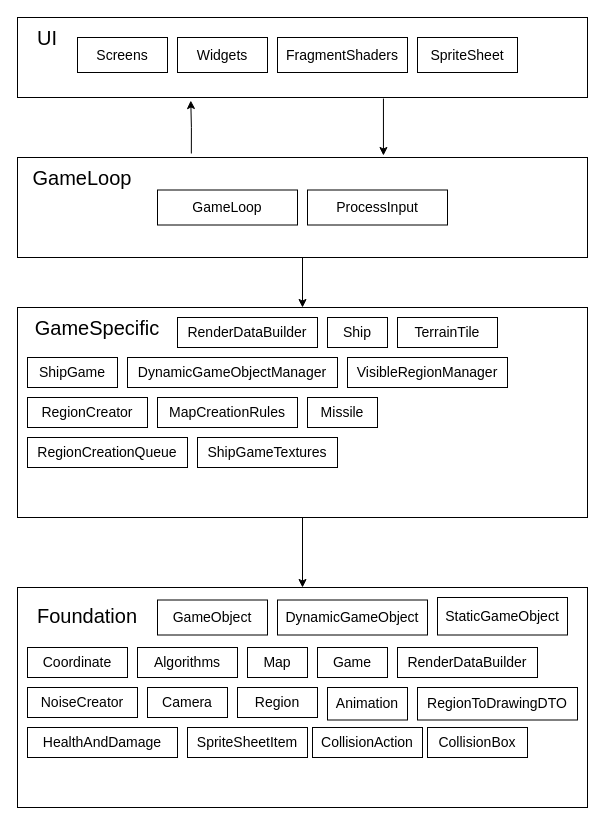
Earlier version of the draw.io diagram readme_images/architecture.drawio (LappalainenMatias/flutter_isometric_ship_game). Source tidied: cells renumbered, new cells numbered last; positions are measured from the earlier drawing's top-left corner, leaving out a move shared by most shapes. Both pictures are drawn from the tidied source at 100%, with x=0, y=0 at pixel (17, 17).
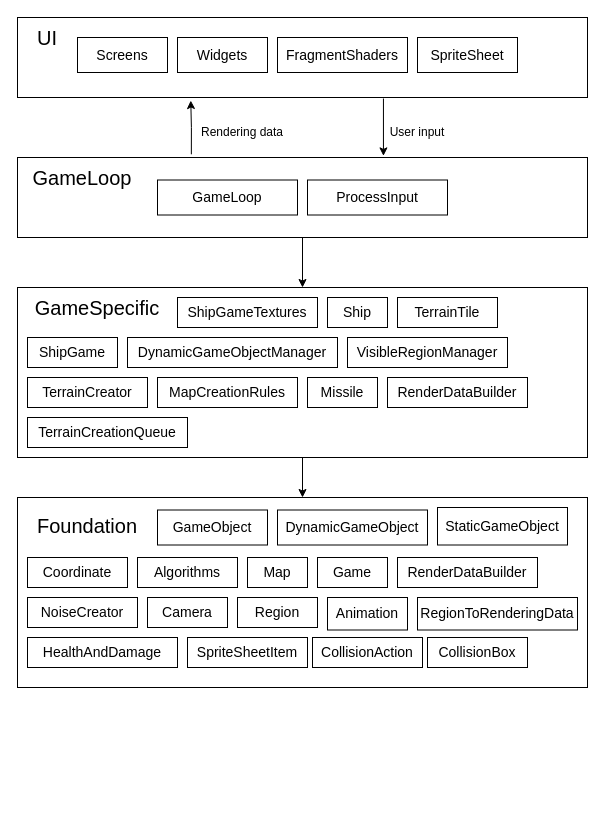
Above is the later version.

What changed in the source:
```diff
@@
     <mxCell id="5" style="rounded=0;whiteSpace=wrap;html=1;" parent="1" vertex="1">
-      <mxGeometry y="140" width="570" height="100" as="geometry" />
+      <mxGeometry y="140" width="570" height="80" as="geometry" />
     </mxCell>
@@
     <mxCell id="7" style="rounded=0;whiteSpace=wrap;html=1;" parent="1" vertex="1">
-      <mxGeometry y="290" width="570" height="210" as="geometry" />
+      <mxGeometry y="270" width="570" height="170" as="geometry" />
     </mxCell>
     <mxCell id="8" style="rounded=0;whiteSpace=wrap;html=1;" parent="1" vertex="1">
-      <mxGeometry y="570" width="570" height="220" as="geometry" />
+      <mxGeometry y="480" width="570" height="190" as="geometry" />
     </mxCell>
@@
     <mxCell id="11" value="GameSpecific" style="text;html=1;strokeColor=none;fillColor=none;align=center;verticalAlign=middle;whiteSpace=wrap;rounded=0;fontSize=20;" parent="1" vertex="1">
-      <mxGeometry y="290" width="160" height="40" as="geometry" />
+      <mxGeometry y="270" width="160" height="40" as="geometry" />
     </mxCell>
     <mxCell id="12" value="Foundation" style="text;html=1;strokeColor=none;fillColor=none;align=center;verticalAlign=middle;whiteSpace=wrap;rounded=0;fontSize=20;" parent="1" vertex="1">
-      <mxGeometry y="577.5" width="140" height="40" as="geometry" />
+      <mxGeometry y="487.5" width="140" height="40" as="geometry" />
     </mxCell>
     <mxCell id="13" value="&lt;font style=&quot;font-size: 14px;&quot;&gt;Ship&lt;/font&gt;" style="rounded=0;whiteSpace=wrap;html=1;" parent="1" vertex="1">
-      <mxGeometry x="310" y="300" width="60" height="30" as="geometry" />
+      <mxGeometry x="310" y="280" width="60" height="30" as="geometry" />
     </mxCell>
     <mxCell id="14" value="&lt;font style=&quot;font-size: 14px;&quot;&gt;TerrainTile&lt;/font&gt;" style="rounded=0;whiteSpace=wrap;html=1;" parent="1" vertex="1">
-      <mxGeometry x="380" y="300" width="100" height="30" as="geometry" />
+      <mxGeometry x="380" y="280" width="100" height="30" as="geometry" />
     </mxCell>
     <mxCell id="15" value="&lt;font style=&quot;font-size: 14px;&quot;&gt;DynamicGameObjectManager&lt;/font&gt;" style="rounded=0;whiteSpace=wrap;html=1;" parent="1" vertex="1">
-      <mxGeometry x="110" y="340" width="210" height="30" as="geometry" />
+      <mxGeometry x="110" y="320" width="210" height="30" as="geometry" />
     </mxCell>
-    <mxCell id="16" value="&lt;span style=&quot;font-size: 14px;&quot;&gt;RegionCreator&lt;/span&gt;" style="rounded=0;whiteSpace=wrap;html=1;" parent="1" vertex="1">
-      <mxGeometry x="10" y="380" width="120" height="30" as="geometry" />
+    <mxCell id="16" value="&lt;span style=&quot;font-size: 14px;&quot;&gt;TerrainCreator&lt;/span&gt;" style="rounded=0;whiteSpace=wrap;html=1;" parent="1" vertex="1">
+      <mxGeometry x="10" y="360" width="120" height="30" as="geometry" />
     </mxCell>
     <mxCell id="17" value="&lt;span style=&quot;font-size: 14px;&quot;&gt;MapCreationRules&lt;/span&gt;" style="rounded=0;whiteSpace=wrap;html=1;" parent="1" vertex="1">
-      <mxGeometry x="140" y="380" width="140" height="30" as="geometry" />
+      <mxGeometry x="140" y="360" width="140" height="30" as="geometry" />
     </mxCell>
     <mxCell id="18" value="&lt;span style=&quot;font-size: 14px;&quot;&gt;NoiseCreator&lt;/span&gt;" style="rounded=0;whiteSpace=wrap;html=1;" parent="1" vertex="1">
-      <mxGeometry x="10" y="670" width="110" height="30" as="geometry" />
+      <mxGeometry x="10" y="580" width="110" height="30" as="geometry" />
     </mxCell>
     <mxCell id="19" value="&lt;span style=&quot;font-size: 14px;&quot;&gt;Missile&lt;/span&gt;" style="rounded=0;whiteSpace=wrap;html=1;" parent="1" vertex="1">
-      <mxGeometry x="290" y="380" width="70" height="30" as="geometry" />
+      <mxGeometry x="290" y="360" width="70" height="30" as="geometry" />
     </mxCell>
     <mxCell id="20" value="&lt;span style=&quot;font-size: 14px;&quot;&gt;GameObject&lt;/span&gt;" style="rounded=0;whiteSpace=wrap;html=1;" parent="1" vertex="1">
-      <mxGeometry x="140" y="582.5" width="110" height="35" as="geometry" />
+      <mxGeometry x="140" y="492.5" width="110" height="35" as="geometry" />
     </mxCell>
     <mxCell id="21" value="&lt;span style=&quot;font-size: 14px;&quot;&gt;StaticGameObject&lt;/span&gt;" style="rounded=0;whiteSpace=wrap;html=1;" parent="1" vertex="1">
-      <mxGeometry x="420" y="580" width="130" height="37.5" as="geometry" />
+      <mxGeometry x="420" y="490" width="130" height="37.5" as="geometry" />
     </mxCell>
     <mxCell id="22" value="&lt;span style=&quot;font-size: 14px;&quot;&gt;DynamicGameObject&lt;/span&gt;" style="rounded=0;whiteSpace=wrap;html=1;" parent="1" vertex="1">
-      <mxGeometry x="260" y="582.5" width="150" height="35" as="geometry" />
+      <mxGeometry x="260" y="492.5" width="150" height="35" as="geometry" />
     </mxCell>
     <mxCell id="23" value="&lt;span style=&quot;font-size: 14px;&quot;&gt;Camera&lt;/span&gt;" style="rounded=0;whiteSpace=wrap;html=1;" parent="1" vertex="1">
-      <mxGeometry x="130" y="670" width="80" height="30" as="geometry" />
+      <mxGeometry x="130" y="580" width="80" height="30" as="geometry" />
     </mxCell>
     <mxCell id="24" value="&lt;span style=&quot;font-size: 14px;&quot;&gt;GameLoop&lt;/span&gt;" style="rounded=0;whiteSpace=wrap;html=1;" parent="1" vertex="1">
-      <mxGeometry x="140" y="172.5" width="140" height="35" as="geometry" />
+      <mxGeometry x="140" y="162.5" width="140" height="35" as="geometry" />
     </mxCell>
     <mxCell id="25" value="&lt;span style=&quot;font-size: 14px;&quot;&gt;ProcessInput&lt;/span&gt;" style="rounded=0;whiteSpace=wrap;html=1;" parent="1" vertex="1">
-      <mxGeometry x="290" y="172.5" width="140" height="35" as="geometry" />
+      <mxGeometry x="290" y="162.5" width="140" height="35" as="geometry" />
     </mxCell>
@@
     <mxCell id="28" value="&lt;span style=&quot;font-size: 14px;&quot;&gt;Map&lt;/span&gt;" style="rounded=0;whiteSpace=wrap;html=1;" parent="1" vertex="1">
-      <mxGeometry x="230" y="630" width="60" height="30" as="geometry" />
+      <mxGeometry x="230" y="540" width="60" height="30" as="geometry" />
     </mxCell>
     <mxCell id="29" value="&lt;span style=&quot;font-size: 14px;&quot;&gt;Region&lt;/span&gt;" style="rounded=0;whiteSpace=wrap;html=1;" parent="1" vertex="1">
-      <mxGeometry x="220" y="670" width="80" height="30" as="geometry" />
+      <mxGeometry x="220" y="580" width="80" height="30" as="geometry" />
     </mxCell>
     <mxCell id="30" value="&lt;span style=&quot;font-size: 14px;&quot;&gt;Coordinate&lt;/span&gt;" style="rounded=0;whiteSpace=wrap;html=1;" parent="1" vertex="1">
-      <mxGeometry x="10" y="630" width="100" height="30" as="geometry" />
+      <mxGeometry x="10" y="540" width="100" height="30" as="geometry" />
     </mxCell>
     <mxCell id="31" value="&lt;span style=&quot;font-size: 14px;&quot;&gt;Algorithms&lt;/span&gt;" style="rounded=0;whiteSpace=wrap;html=1;" parent="1" vertex="1">
-      <mxGeometry x="120" y="630" width="100" height="30" as="geometry" />
+      <mxGeometry x="120" y="540" width="100" height="30" as="geometry" />
     </mxCell>
-    <mxCell id="32" value="&lt;span style=&quot;font-size: 14px;&quot;&gt;RegionCreationQueue&lt;/span&gt;" style="rounded=0;whiteSpace=wrap;html=1;" parent="1" vertex="1">
-      <mxGeometry x="10" y="420" width="160" height="30" as="geometry" />
+    <mxCell id="32" value="&lt;span style=&quot;font-size: 14px;&quot;&gt;TerrainCreationQueue&lt;/span&gt;" style="rounded=0;whiteSpace=wrap;html=1;" parent="1" vertex="1">
+      <mxGeometry x="10" y="400" width="160" height="30" as="geometry" />
     </mxCell>
     <mxCell id="33" value="&lt;span style=&quot;font-size: 14px;&quot;&gt;VisibleRegionManager&lt;/span&gt;" style="rounded=0;whiteSpace=wrap;html=1;" parent="1" vertex="1">
-      <mxGeometry x="330" y="340" width="160" height="30" as="geometry" />
+      <mxGeometry x="330" y="320" width="160" height="30" as="geometry" />
     </mxCell>
     <mxCell id="34" value="&lt;span style=&quot;font-size: 14px;&quot;&gt;Game&lt;/span&gt;" style="rounded=0;whiteSpace=wrap;html=1;" parent="1" vertex="1">
-      <mxGeometry x="300" y="630" width="70" height="30" as="geometry" />
+      <mxGeometry x="300" y="540" width="70" height="30" as="geometry" />
     </mxCell>
     <mxCell id="35" value="&lt;span style=&quot;font-size: 14px;&quot;&gt;ShipGame&lt;/span&gt;" style="rounded=0;whiteSpace=wrap;html=1;" parent="1" vertex="1">
-      <mxGeometry x="10" y="340" width="90" height="30" as="geometry" />
+      <mxGeometry x="10" y="320" width="90" height="30" as="geometry" />
     </mxCell>
     <mxCell id="36" value="&lt;span style=&quot;font-size: 14px;&quot;&gt;Animation&lt;/span&gt;" style="rounded=0;whiteSpace=wrap;html=1;" parent="1" vertex="1">
-      <mxGeometry x="310" y="670" width="80" height="32.5" as="geometry" />
+      <mxGeometry x="310" y="580" width="80" height="32.5" as="geometry" />
     </mxCell>
     <mxCell id="37" value="&lt;span style=&quot;font-size: 14px;&quot;&gt;HealthAndDamage&lt;/span&gt;" style="rounded=0;whiteSpace=wrap;html=1;" parent="1" vertex="1">
-      <mxGeometry x="10" y="710" width="150" height="30" as="geometry" />
+      <mxGeometry x="10" y="620" width="150" height="30" as="geometry" />
     </mxCell>
     <mxCell id="38" value="&lt;span style=&quot;font-size: 14px;&quot;&gt;SpriteSheetItem&lt;/span&gt;" style="rounded=0;whiteSpace=wrap;html=1;" parent="1" vertex="1">
-      <mxGeometry x="170" y="710" width="120" height="30" as="geometry" />
+      <mxGeometry x="170" y="620" width="120" height="30" as="geometry" />
     </mxCell>
     <mxCell id="39" value="&lt;span style=&quot;font-size: 14px;&quot;&gt;ShipGameTextures&lt;/span&gt;" style="rounded=0;whiteSpace=wrap;html=1;" parent="1" vertex="1">
-      <mxGeometry x="180" y="420" width="140" height="30" as="geometry" />
+      <mxGeometry x="160" y="280" width="140" height="30" as="geometry" />
     </mxCell>
-    <mxCell id="40" value="&lt;span style=&quot;font-size: 14px;&quot;&gt;RegionToDrawingDTO&lt;/span&gt;" style="rounded=0;whiteSpace=wrap;html=1;" parent="1" vertex="1">
-      <mxGeometry x="400" y="670" width="160" height="32.5" as="geometry" />
+    <mxCell id="40" value="&lt;span style=&quot;font-size: 14px;&quot;&gt;RegionToRenderingData&lt;/span&gt;" style="rounded=0;whiteSpace=wrap;html=1;" parent="1" vertex="1">
+      <mxGeometry x="400" y="580" width="160" height="32.5" as="geometry" />
     </mxCell>
     <mxCell id="41" value="&lt;span style=&quot;font-size: 14px;&quot;&gt;RenderDataBuilder&lt;/span&gt;" style="rounded=0;whiteSpace=wrap;html=1;" parent="1" vertex="1">
-      <mxGeometry x="380" y="630" width="140" height="30" as="geometry" />
+      <mxGeometry x="380" y="540" width="140" height="30" as="geometry" />
     </mxCell>
     <mxCell id="42" value="&lt;span style=&quot;font-size: 14px;&quot;&gt;RenderDataBuilder&lt;/span&gt;" style="rounded=0;whiteSpace=wrap;html=1;" parent="1" vertex="1">
-      <mxGeometry x="160" y="300" width="140" height="30" as="geometry" />
+      <mxGeometry x="370" y="360" width="140" height="30" as="geometry" />
     </mxCell>
     <mxCell id="43" value="&lt;span style=&quot;font-size: 14px;&quot;&gt;CollisionBox&lt;/span&gt;" style="rounded=0;whiteSpace=wrap;html=1;" parent="1" vertex="1">
-      <mxGeometry x="410" y="710" width="100" height="30" as="geometry" />
+      <mxGeometry x="410" y="620" width="100" height="30" as="geometry" />
     </mxCell>
     <mxCell id="44" value="&lt;span style=&quot;font-size: 14px;&quot;&gt;CollisionAction&lt;/span&gt;" style="rounded=0;whiteSpace=wrap;html=1;" parent="1" vertex="1">
-      <mxGeometry x="295" y="710" width="110" height="30" as="geometry" />
+      <mxGeometry x="295" y="620" width="110" height="30" as="geometry" />
     </mxCell>
@@
+    <mxCell id="48" value="User input" style="text;html=1;strokeColor=none;fillColor=none;align=center;verticalAlign=middle;whiteSpace=wrap;rounded=0;" parent="1" vertex="1">
+      <mxGeometry x="370" y="100" width="60" height="30" as="geometry" />
+    </mxCell>
+    <mxCell id="49" value="Rendering data" style="text;html=1;strokeColor=none;fillColor=none;align=center;verticalAlign=middle;whiteSpace=wrap;rounded=0;" parent="1" vertex="1">
+      <mxGeometry x="180" y="100" width="90" height="30" as="geometry" />
+    </mxCell>
```
